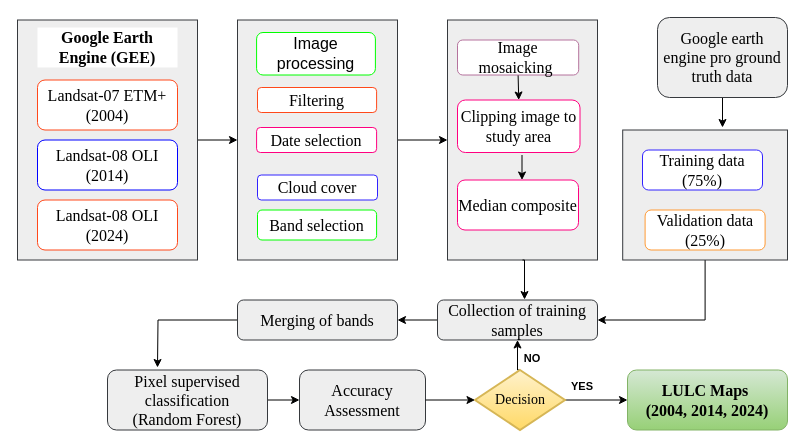
Earlier version of the draw.io diagram gee.drawio (yemioke/PRISMA2020). Source tidied: cells renumbered, new cells numbered last; positions are measured from the earlier drawing's top-left corner, leaving out a move shared by most shapes. Both pictures are drawn from the tidied source at 100%, with x=0, y=0 at pixel (17, -278).
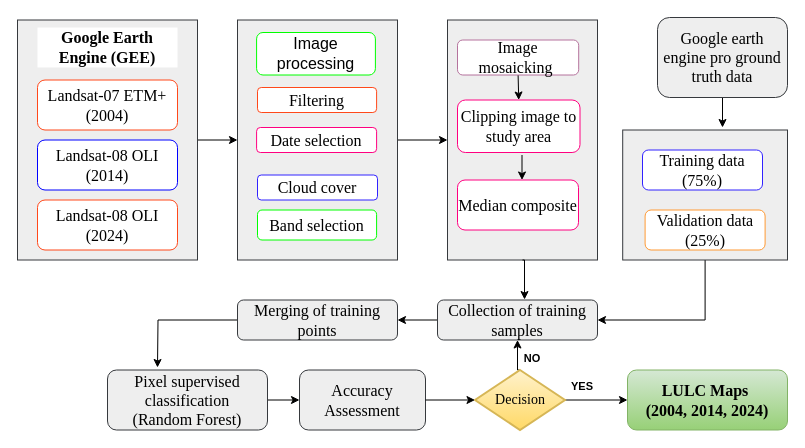
After the change.

What changed in the source:
```diff
@@
-    <mxCell id="20" value="&lt;span style=&quot;font-size: 16px;&quot;&gt;&lt;font face=&quot;Times New Roman&quot;&gt;Merging of bands&lt;/font&gt;&lt;/span&gt;" style="rounded=1;whiteSpace=wrap;html=1;fillColor=#eeeeee;strokeColor=#36393d;" parent="1" vertex="1">
+    <mxCell id="20" value="&lt;span style=&quot;font-size: 16px;&quot;&gt;&lt;font face=&quot;Times New Roman&quot;&gt;Merging of training points&lt;/font&gt;&lt;/span&gt;" style="rounded=1;whiteSpace=wrap;html=1;fillColor=#eeeeee;strokeColor=#36393d;" parent="1" vertex="1">
       <mxGeometry x="220" y="577.5" width="160" height="40" as="geometry" />
     </mxCell>
```
